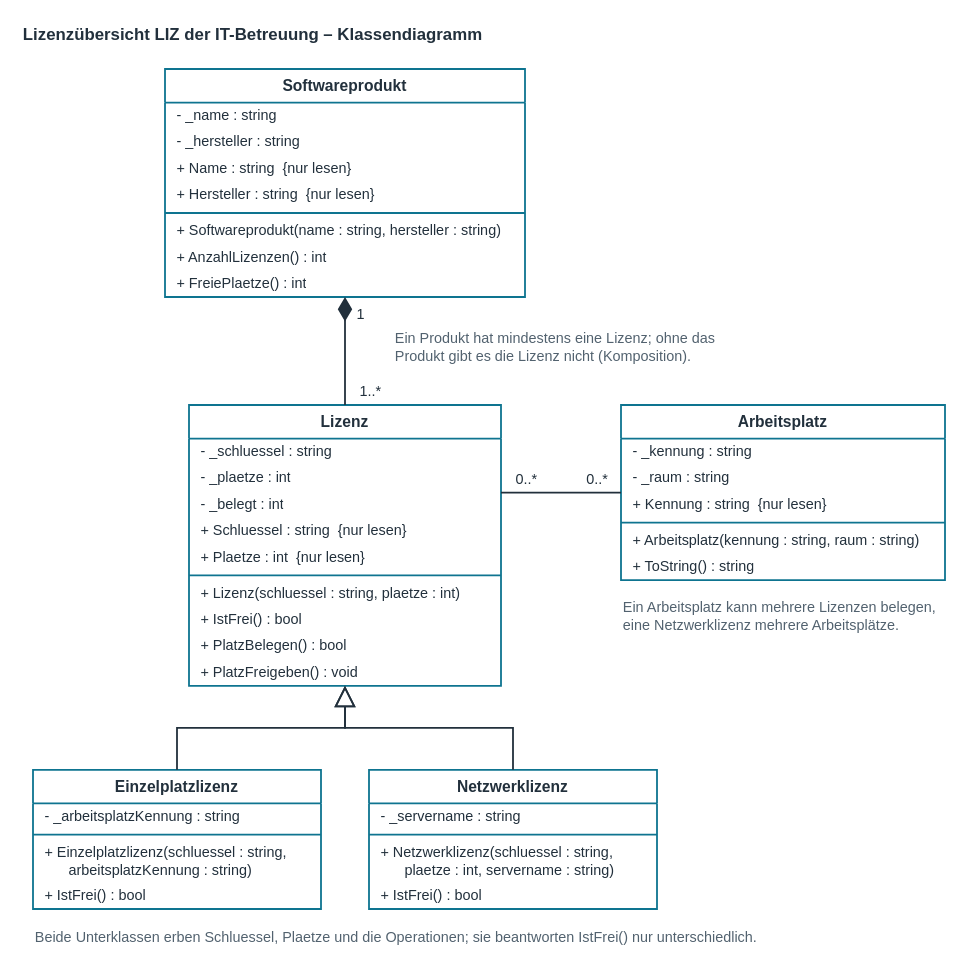
Earlier version of the draw.io diagram methoden/uml/klassendiagramm_lizenzuebersicht.drawio (swop-bs/cheat-sheet). Source tidied: cells renumbered, new cells numbered last; positions are measured from the earlier drawing's top-left corner, leaving out a move shared by most shapes. Both pictures are drawn from the tidied source at 120%, with x=0, y=0 at pixel (20, 20).
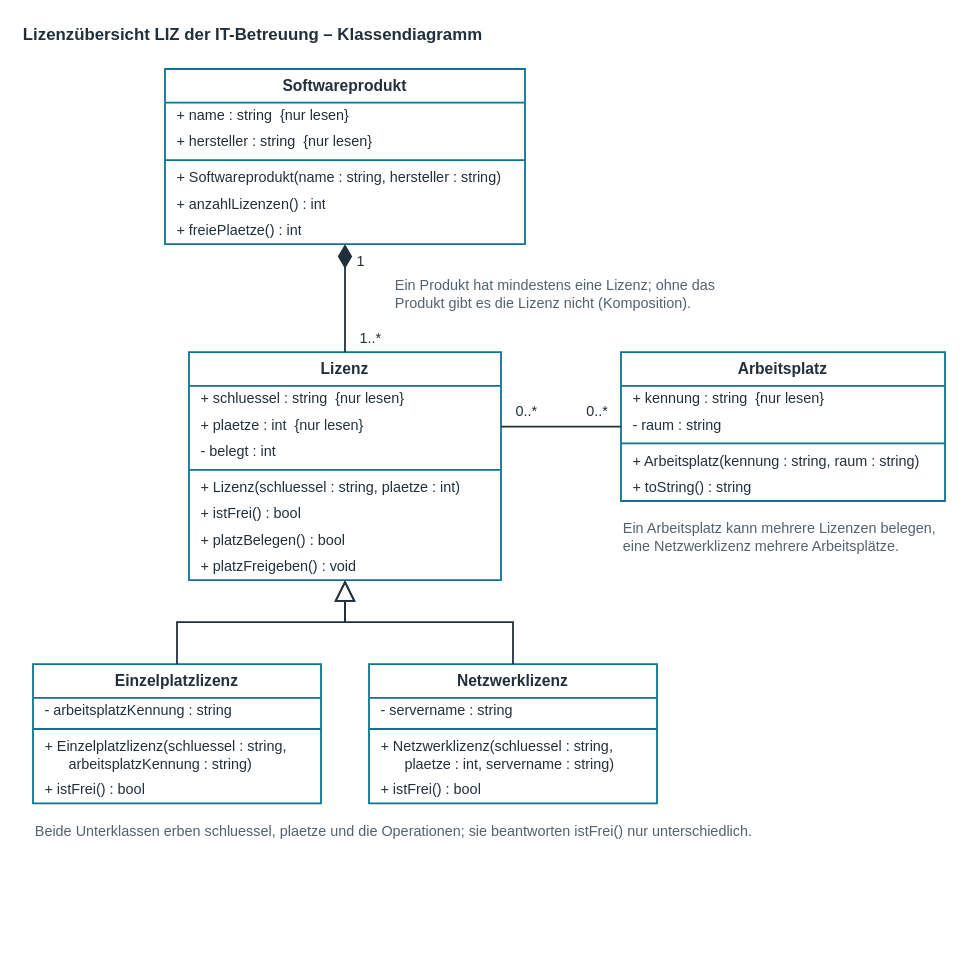
After the change.

Change to the diagram source:
```diff
@@
     <mxCell id="3" value="Softwareprodukt" style="swimlane;fontStyle=1;align=center;verticalAlign=middle;horizontal=1;startSize=28;html=1;whiteSpace=wrap;fillColor=#FFFFFF;swimlaneFillColor=#FFFFFF;strokeColor=#0E7490;strokeWidth=1.5;fontFamily=Helvetica;fontSize=13;fontColor=#22303C;" parent="1" vertex="1">
-      <mxGeometry x="120" y="40" width="300" height="190" as="geometry" />
+      <mxGeometry x="120" y="40" width="300" height="146" as="geometry" />
     </mxCell>
-    <mxCell id="4" value="- _name : string" style="text;strokeColor=none;fillColor=none;align=left;verticalAlign=middle;spacingLeft=8;spacingRight=4;overflow=hidden;whiteSpace=wrap;html=1;fontFamily=Helvetica;fontSize=12;fontColor=#22303C;" parent="3" vertex="1">
-      <mxGeometry y="28" width="300" height="22" as="geometry" />
-    </mxCell>
-    <mxCell id="5" value="- _hersteller : string" style="text;strokeColor=none;fillColor=none;align=left;verticalAlign=middle;spacingLeft=8;spacingRight=4;overflow=hidden;whiteSpace=wrap;html=1;fontFamily=Helvetica;fontSize=12;fontColor=#22303C;" parent="3" vertex="1">
-      <mxGeometry y="50" width="300" height="22" as="geometry" />
-    </mxCell>
-    <mxCell id="6" value="+ Name : string &amp;nbsp;{nur lesen}" style="text;strokeColor=none;fillColor=none;align=left;verticalAlign=middle;spacingLeft=8;spacingRight=4;overflow=hidden;whiteSpace=wrap;html=1;fontFamily=Helvetica;fontSize=12;fontColor=#22303C;" parent="3" vertex="1">
-      <mxGeometry y="72" width="300" height="22" as="geometry" />
+    <mxCell id="6" value="+ name : string &amp;nbsp;{nur lesen}" style="text;strokeColor=none;fillColor=none;align=left;verticalAlign=middle;spacingLeft=8;spacingRight=4;overflow=hidden;whiteSpace=wrap;html=1;fontFamily=Helvetica;fontSize=12;fontColor=#22303C;" parent="3" vertex="1">
+      <mxGeometry y="28" width="300" height="22" as="geometry" />
     </mxCell>
-    <mxCell id="7" value="+ Hersteller : string &amp;nbsp;{nur lesen}" style="text;strokeColor=none;fillColor=none;align=left;verticalAlign=middle;spacingLeft=8;spacingRight=4;overflow=hidden;whiteSpace=wrap;html=1;fontFamily=Helvetica;fontSize=12;fontColor=#22303C;" parent="3" vertex="1">
-      <mxGeometry y="94" width="300" height="22" as="geometry" />
+    <mxCell id="7" value="+ hersteller : string &amp;nbsp;{nur lesen}" style="text;strokeColor=none;fillColor=none;align=left;verticalAlign=middle;spacingLeft=8;spacingRight=4;overflow=hidden;whiteSpace=wrap;html=1;fontFamily=Helvetica;fontSize=12;fontColor=#22303C;" parent="3" vertex="1">
+      <mxGeometry y="50" width="300" height="22" as="geometry" />
     </mxCell>
     <mxCell id="8" style="line;strokeWidth=1.5;fillColor=none;align=left;verticalAlign=middle;spacingTop=-1;spacingLeft=3;spacingRight=3;labelPosition=right;strokeColor=#0E7490;" parent="3" vertex="1">
-      <mxGeometry y="116" width="300" height="8" as="geometry" />
+      <mxGeometry y="72" width="300" height="8" as="geometry" />
     </mxCell>
     <mxCell id="9" value="+ Softwareprodukt(name : string, hersteller : string)" style="text;strokeColor=none;fillColor=none;align=left;verticalAlign=middle;spacingLeft=8;spacingRight=4;overflow=hidden;whiteSpace=wrap;html=1;fontFamily=Helvetica;fontSize=12;fontColor=#22303C;" parent="3" vertex="1">
-      <mxGeometry y="124" width="300" height="22" as="geometry" />
+      <mxGeometry y="80" width="300" height="22" as="geometry" />
     </mxCell>
-    <mxCell id="10" value="+ AnzahlLizenzen() : int" style="text;strokeColor=none;fillColor=none;align=left;verticalAlign=middle;spacingLeft=8;spacingRight=4;overflow=hidden;whiteSpace=wrap;html=1;fontFamily=Helvetica;fontSize=12;fontColor=#22303C;" parent="3" vertex="1">
-      <mxGeometry y="146" width="300" height="22" as="geometry" />
+    <mxCell id="10" value="+ anzahlLizenzen() : int" style="text;strokeColor=none;fillColor=none;align=left;verticalAlign=middle;spacingLeft=8;spacingRight=4;overflow=hidden;whiteSpace=wrap;html=1;fontFamily=Helvetica;fontSize=12;fontColor=#22303C;" parent="3" vertex="1">
+      <mxGeometry y="102" width="300" height="22" as="geometry" />
     </mxCell>
-    <mxCell id="11" value="+ FreiePlaetze() : int" style="text;strokeColor=none;fillColor=none;align=left;verticalAlign=middle;spacingLeft=8;spacingRight=4;overflow=hidden;whiteSpace=wrap;html=1;fontFamily=Helvetica;fontSize=12;fontColor=#22303C;" parent="3" vertex="1">
-      <mxGeometry y="168" width="300" height="22" as="geometry" />
+    <mxCell id="11" value="+ freiePlaetze() : int" style="text;strokeColor=none;fillColor=none;align=left;verticalAlign=middle;spacingLeft=8;spacingRight=4;overflow=hidden;whiteSpace=wrap;html=1;fontFamily=Helvetica;fontSize=12;fontColor=#22303C;" parent="3" vertex="1">
+      <mxGeometry y="124" width="300" height="22" as="geometry" />
     </mxCell>
     <mxCell id="12" value="Lizenz" style="swimlane;fontStyle=1;align=center;verticalAlign=middle;horizontal=1;startSize=28;html=1;whiteSpace=wrap;fillColor=#FFFFFF;swimlaneFillColor=#FFFFFF;strokeColor=#0E7490;strokeWidth=1.5;fontFamily=Helvetica;fontSize=13;fontColor=#22303C;" parent="1" vertex="1">
-      <mxGeometry x="140" y="320" width="260" height="234" as="geometry" />
+      <mxGeometry x="140" y="276" width="260" height="190" as="geometry" />
     </mxCell>
-    <mxCell id="13" value="- _schluessel : string" style="text;strokeColor=none;fillColor=none;align=left;verticalAlign=middle;spacingLeft=8;spacingRight=4;overflow=hidden;whiteSpace=wrap;html=1;fontFamily=Helvetica;fontSize=12;fontColor=#22303C;" parent="12" vertex="1">
-      <mxGeometry y="28" width="260" height="22" as="geometry" />
-    </mxCell>
-    <mxCell id="14" value="- _plaetze : int" style="text;strokeColor=none;fillColor=none;align=left;verticalAlign=middle;spacingLeft=8;spacingRight=4;overflow=hidden;whiteSpace=wrap;html=1;fontFamily=Helvetica;fontSize=12;fontColor=#22303C;" parent="12" vertex="1">
-      <mxGeometry y="50" width="260" height="22" as="geometry" />
-    </mxCell>
-    <mxCell id="15" value="- _belegt : int" style="text;strokeColor=none;fillColor=none;align=left;verticalAlign=middle;spacingLeft=8;spacingRight=4;overflow=hidden;whiteSpace=wrap;html=1;fontFamily=Helvetica;fontSize=12;fontColor=#22303C;" parent="12" vertex="1">
-      <mxGeometry y="72" width="260" height="22" as="geometry" />
-    </mxCell>
-    <mxCell id="16" value="+ Schluessel : string &amp;nbsp;{nur lesen}" style="text;strokeColor=none;fillColor=none;align=left;verticalAlign=middle;spacingLeft=8;spacingRight=4;overflow=hidden;whiteSpace=wrap;html=1;fontFamily=Helvetica;fontSize=12;fontColor=#22303C;" parent="12" vertex="1">
-      <mxGeometry y="94" width="260" height="22" as="geometry" />
+    <mxCell id="16" value="+ schluessel : string &amp;nbsp;{nur lesen}" style="text;strokeColor=none;fillColor=none;align=left;verticalAlign=middle;spacingLeft=8;spacingRight=4;overflow=hidden;whiteSpace=wrap;html=1;fontFamily=Helvetica;fontSize=12;fontColor=#22303C;" parent="12" vertex="1">
+      <mxGeometry y="28" width="260" height="22" as="geometry" />
     </mxCell>
-    <mxCell id="17" value="+ Plaetze : int &amp;nbsp;{nur lesen}" style="text;strokeColor=none;fillColor=none;align=left;verticalAlign=middle;spacingLeft=8;spacingRight=4;overflow=hidden;whiteSpace=wrap;html=1;fontFamily=Helvetica;fontSize=12;fontColor=#22303C;" parent="12" vertex="1">
-      <mxGeometry y="116" width="260" height="22" as="geometry" />
+    <mxCell id="17" value="+ plaetze : int &amp;nbsp;{nur lesen}" style="text;strokeColor=none;fillColor=none;align=left;verticalAlign=middle;spacingLeft=8;spacingRight=4;overflow=hidden;whiteSpace=wrap;html=1;fontFamily=Helvetica;fontSize=12;fontColor=#22303C;" parent="12" vertex="1">
+      <mxGeometry y="50" width="260" height="22" as="geometry" />
     </mxCell>
+    <mxCell id="15" value="- belegt : int" style="text;strokeColor=none;fillColor=none;align=left;verticalAlign=middle;spacingLeft=8;spacingRight=4;overflow=hidden;whiteSpace=wrap;html=1;fontFamily=Helvetica;fontSize=12;fontColor=#22303C;" parent="12" vertex="1">
+      <mxGeometry y="72" width="260" height="22" as="geometry" />
+    </mxCell>
     <mxCell id="18" style="line;strokeWidth=1.5;fillColor=none;align=left;verticalAlign=middle;spacingTop=-1;spacingLeft=3;spacingRight=3;labelPosition=right;strokeColor=#0E7490;" parent="12" vertex="1">
-      <mxGeometry y="138" width="260" height="8" as="geometry" />
+      <mxGeometry y="94" width="260" height="8" as="geometry" />
     </mxCell>
     <mxCell id="19" value="+ Lizenz(schluessel : string, plaetze : int)" style="text;strokeColor=none;fillColor=none;align=left;verticalAlign=middle;spacingLeft=8;spacingRight=4;overflow=hidden;whiteSpace=wrap;html=1;fontFamily=Helvetica;fontSize=12;fontColor=#22303C;" parent="12" vertex="1">
-      <mxGeometry y="146" width="260" height="22" as="geometry" />
+      <mxGeometry y="102" width="260" height="22" as="geometry" />
     </mxCell>
-    <mxCell id="20" value="+ IstFrei() : bool" style="text;strokeColor=none;fillColor=none;align=left;verticalAlign=middle;spacingLeft=8;spacingRight=4;overflow=hidden;whiteSpace=wrap;html=1;fontFamily=Helvetica;fontSize=12;fontColor=#22303C;" parent="12" vertex="1">
-      <mxGeometry y="168" width="260" height="22" as="geometry" />
+    <mxCell id="20" value="+ istFrei() : bool" style="text;strokeColor=none;fillColor=none;align=left;verticalAlign=middle;spacingLeft=8;spacingRight=4;overflow=hidden;whiteSpace=wrap;html=1;fontFamily=Helvetica;fontSize=12;fontColor=#22303C;" parent="12" vertex="1">
+      <mxGeometry y="124" width="260" height="22" as="geometry" />
     </mxCell>
-    <mxCell id="21" value="+ PlatzBelegen() : bool" style="text;strokeColor=none;fillColor=none;align=left;verticalAlign=middle;spacingLeft=8;spacingRight=4;overflow=hidden;whiteSpace=wrap;html=1;fontFamily=Helvetica;fontSize=12;fontColor=#22303C;" parent="12" vertex="1">
-      <mxGeometry y="190" width="260" height="22" as="geometry" />
+    <mxCell id="21" value="+ platzBelegen() : bool" style="text;strokeColor=none;fillColor=none;align=left;verticalAlign=middle;spacingLeft=8;spacingRight=4;overflow=hidden;whiteSpace=wrap;html=1;fontFamily=Helvetica;fontSize=12;fontColor=#22303C;" parent="12" vertex="1">
+      <mxGeometry y="146" width="260" height="22" as="geometry" />
     </mxCell>
-    <mxCell id="22" value="+ PlatzFreigeben() : void" style="text;strokeColor=none;fillColor=none;align=left;verticalAlign=middle;spacingLeft=8;spacingRight=4;overflow=hidden;whiteSpace=wrap;html=1;fontFamily=Helvetica;fontSize=12;fontColor=#22303C;" parent="12" vertex="1">
-      <mxGeometry y="212" width="260" height="22" as="geometry" />
+    <mxCell id="22" value="+ platzFreigeben() : void" style="text;strokeColor=none;fillColor=none;align=left;verticalAlign=middle;spacingLeft=8;spacingRight=4;overflow=hidden;whiteSpace=wrap;html=1;fontFamily=Helvetica;fontSize=12;fontColor=#22303C;" parent="12" vertex="1">
+      <mxGeometry y="168" width="260" height="22" as="geometry" />
     </mxCell>
     <mxCell id="23" value="Arbeitsplatz" style="swimlane;fontStyle=1;align=center;verticalAlign=middle;horizontal=1;startSize=28;html=1;whiteSpace=wrap;fillColor=#FFFFFF;swimlaneFillColor=#FFFFFF;strokeColor=#0E7490;strokeWidth=1.5;fontFamily=Helvetica;fontSize=13;fontColor=#22303C;" parent="1" vertex="1">
-      <mxGeometry x="500" y="320" width="270" height="146" as="geometry" />
+      <mxGeometry x="500" y="276" width="270" height="124" as="geometry" />
     </mxCell>
-    <mxCell id="24" value="- _kennung : string" style="text;strokeColor=none;fillColor=none;align=left;verticalAlign=middle;spacingLeft=8;spacingRight=4;overflow=hidden;whiteSpace=wrap;html=1;fontFamily=Helvetica;fontSize=12;fontColor=#22303C;" parent="23" vertex="1">
-      <mxGeometry y="28" width="270" height="22" as="geometry" />
-    </mxCell>
+    <mxCell id="26" value="+ kennung : string &amp;nbsp;{nur lesen}" style="text;strokeColor=none;fillColor=none;align=left;verticalAlign=middle;spacingLeft=8;spacingRight=4;overflow=hidden;whiteSpace=wrap;html=1;fontFamily=Helvetica;fontSize=12;fontColor=#22303C;" parent="23" vertex="1">
+      <mxGeometry y="28" width="270" height="22" as="geometry" />
+    </mxCell>
-    <mxCell id="25" value="- _raum : string" style="text;strokeColor=none;fillColor=none;align=left;verticalAlign=middle;spacingLeft=8;spacingRight=4;overflow=hidden;whiteSpace=wrap;html=1;fontFamily=Helvetica;fontSize=12;fontColor=#22303C;" parent="23" vertex="1">
+    <mxCell id="25" value="- raum : string" style="text;strokeColor=none;fillColor=none;align=left;verticalAlign=middle;spacingLeft=8;spacingRight=4;overflow=hidden;whiteSpace=wrap;html=1;fontFamily=Helvetica;fontSize=12;fontColor=#22303C;" parent="23" vertex="1">
       <mxGeometry y="50" width="270" height="22" as="geometry" />
     </mxCell>
-    <mxCell id="26" value="+ Kennung : string &amp;nbsp;{nur lesen}" style="text;strokeColor=none;fillColor=none;align=left;verticalAlign=middle;spacingLeft=8;spacingRight=4;overflow=hidden;whiteSpace=wrap;html=1;fontFamily=Helvetica;fontSize=12;fontColor=#22303C;" parent="23" vertex="1">
-      <mxGeometry y="72" width="270" height="22" as="geometry" />
-    </mxCell>
     <mxCell id="27" style="line;strokeWidth=1.5;fillColor=none;align=left;verticalAlign=middle;spacingTop=-1;spacingLeft=3;spacingRight=3;labelPosition=right;strokeColor=#0E7490;" parent="23" vertex="1">
-      <mxGeometry y="94" width="270" height="8" as="geometry" />
+      <mxGeometry y="72" width="270" height="8" as="geometry" />
     </mxCell>
     <mxCell id="28" value="+ Arbeitsplatz(kennung : string, raum : string)" style="text;strokeColor=none;fillColor=none;align=left;verticalAlign=middle;spacingLeft=8;spacingRight=4;overflow=hidden;whiteSpace=wrap;html=1;fontFamily=Helvetica;fontSize=12;fontColor=#22303C;" parent="23" vertex="1">
-      <mxGeometry y="102" width="270" height="22" as="geometry" />
+      <mxGeometry y="80" width="270" height="22" as="geometry" />
     </mxCell>
-    <mxCell id="29" value="+ ToString() : string" style="text;strokeColor=none;fillColor=none;align=left;verticalAlign=middle;spacingLeft=8;spacingRight=4;overflow=hidden;whiteSpace=wrap;html=1;fontFamily=Helvetica;fontSize=12;fontColor=#22303C;" parent="23" vertex="1">
-      <mxGeometry y="124" width="270" height="22" as="geometry" />
+    <mxCell id="29" value="+ toString() : string" style="text;strokeColor=none;fillColor=none;align=left;verticalAlign=middle;spacingLeft=8;spacingRight=4;overflow=hidden;whiteSpace=wrap;html=1;fontFamily=Helvetica;fontSize=12;fontColor=#22303C;" parent="23" vertex="1">
+      <mxGeometry y="102" width="270" height="22" as="geometry" />
     </mxCell>
     <mxCell id="30" value="Einzelplatzlizenz" style="swimlane;fontStyle=1;align=center;verticalAlign=middle;horizontal=1;startSize=28;html=1;whiteSpace=wrap;fillColor=#FFFFFF;swimlaneFillColor=#FFFFFF;strokeColor=#0E7490;strokeWidth=1.5;fontFamily=Helvetica;fontSize=13;fontColor=#22303C;" parent="1" vertex="1">
-      <mxGeometry x="10" y="624" width="240" height="116" as="geometry" />
+      <mxGeometry x="10" y="536" width="240" height="116" as="geometry" />
     </mxCell>
-    <mxCell id="31" value="- _arbeitsplatzKennung : string" style="text;strokeColor=none;fillColor=none;align=left;verticalAlign=middle;spacingLeft=8;spacingRight=4;overflow=hidden;whiteSpace=wrap;html=1;fontFamily=Helvetica;fontSize=12;fontColor=#22303C;" parent="30" vertex="1">
+    <mxCell id="31" value="- arbeitsplatzKennung : string" style="text;strokeColor=none;fillColor=none;align=left;verticalAlign=middle;spacingLeft=8;spacingRight=4;overflow=hidden;whiteSpace=wrap;html=1;fontFamily=Helvetica;fontSize=12;fontColor=#22303C;" parent="30" vertex="1">
       <mxGeometry y="28" width="240" height="22" as="geometry" />
     </mxCell>
@@
-    <mxCell id="34" value="+ IstFrei() : bool" style="text;strokeColor=none;fillColor=none;align=left;verticalAlign=middle;spacingLeft=8;spacingRight=4;overflow=hidden;whiteSpace=wrap;html=1;fontFamily=Helvetica;fontSize=12;fontColor=#22303C;" parent="30" vertex="1">
+    <mxCell id="34" value="+ istFrei() : bool" style="text;strokeColor=none;fillColor=none;align=left;verticalAlign=middle;spacingLeft=8;spacingRight=4;overflow=hidden;whiteSpace=wrap;html=1;fontFamily=Helvetica;fontSize=12;fontColor=#22303C;" parent="30" vertex="1">
       <mxGeometry y="94" width="240" height="22" as="geometry" />
     </mxCell>
     <mxCell id="35" value="Netzwerklizenz" style="swimlane;fontStyle=1;align=center;verticalAlign=middle;horizontal=1;startSize=28;html=1;whiteSpace=wrap;fillColor=#FFFFFF;swimlaneFillColor=#FFFFFF;strokeColor=#0E7490;strokeWidth=1.5;fontFamily=Helvetica;fontSize=13;fontColor=#22303C;" parent="1" vertex="1">
-      <mxGeometry x="290" y="624" width="240" height="116" as="geometry" />
+      <mxGeometry x="290" y="536" width="240" height="116" as="geometry" />
     </mxCell>
-    <mxCell id="36" value="- _servername : string" style="text;strokeColor=none;fillColor=none;align=left;verticalAlign=middle;spacingLeft=8;spacingRight=4;overflow=hidden;whiteSpace=wrap;html=1;fontFamily=Helvetica;fontSize=12;fontColor=#22303C;" parent="35" vertex="1">
+    <mxCell id="36" value="- servername : string" style="text;strokeColor=none;fillColor=none;align=left;verticalAlign=middle;spacingLeft=8;spacingRight=4;overflow=hidden;whiteSpace=wrap;html=1;fontFamily=Helvetica;fontSize=12;fontColor=#22303C;" parent="35" vertex="1">
       <mxGeometry y="28" width="240" height="22" as="geometry" />
     </mxCell>
@@
-    <mxCell id="39" value="+ IstFrei() : bool" style="text;strokeColor=none;fillColor=none;align=left;verticalAlign=middle;spacingLeft=8;spacingRight=4;overflow=hidden;whiteSpace=wrap;html=1;fontFamily=Helvetica;fontSize=12;fontColor=#22303C;" parent="35" vertex="1">
+    <mxCell id="39" value="+ istFrei() : bool" style="text;strokeColor=none;fillColor=none;align=left;verticalAlign=middle;spacingLeft=8;spacingRight=4;overflow=hidden;whiteSpace=wrap;html=1;fontFamily=Helvetica;fontSize=12;fontColor=#22303C;" parent="35" vertex="1">
       <mxGeometry y="94" width="240" height="22" as="geometry" />
     </mxCell>
@@
-    <mxCell id="43" style="edgeStyle=orthogonalEdgeStyle;rounded=0;html=1;strokeColor=#22303C;strokeWidth=1.5;fontFamily=Helvetica;fontSize=12;fontColor=#22303C;labelBackgroundColor=none;endArrow=none;startArrow=none;exitX=1;exitY=0.312;exitDx=0;exitDy=0;entryX=0;entryY=0.5;entryDx=0;entryDy=0;" parent="1" edge="1" source="12" target="23">
+    <mxCell id="43" style="edgeStyle=orthogonalEdgeStyle;rounded=0;html=1;strokeColor=#22303C;strokeWidth=1.5;fontFamily=Helvetica;fontSize=12;fontColor=#22303C;labelBackgroundColor=none;endArrow=none;startArrow=none;exitX=1;exitY=0.3263;exitDx=0;exitDy=0;entryX=0;entryY=0.5;entryDx=0;entryDy=0;" parent="1" edge="1" source="12" target="23">
       <mxGeometry relative="1" as="geometry" />
     </mxCell>
@@
     <mxCell id="46" style="edgeStyle=orthogonalEdgeStyle;rounded=0;html=1;strokeColor=#22303C;strokeWidth=1.5;fontFamily=Helvetica;fontSize=12;fontColor=#22303C;labelBackgroundColor=none;endArrow=block;endFill=0;endSize=14;exitX=0.5;exitY=0;exitDx=0;exitDy=0;entryX=0.5;entryY=1;entryDx=0;entryDy=0;" parent="1" edge="1" source="30" target="12">
       <mxGeometry relative="1" as="geometry">
         <Array as="points">
-          <mxPoint x="130" y="589" />
-          <mxPoint x="270" y="589" />
+          <mxPoint x="130" y="501" />
+          <mxPoint x="270" y="501" />
         </Array>
       </mxGeometry>
     </mxCell>
     <mxCell id="47" style="edgeStyle=orthogonalEdgeStyle;rounded=0;html=1;strokeColor=#22303C;strokeWidth=1.5;fontFamily=Helvetica;fontSize=12;fontColor=#22303C;labelBackgroundColor=none;endArrow=block;endFill=0;endSize=14;exitX=0.5;exitY=0;exitDx=0;exitDy=0;entryX=0.5;entryY=1;entryDx=0;entryDy=0;" parent="1" edge="1" source="35" target="12">
       <mxGeometry relative="1" as="geometry">
         <Array as="points">
-          <mxPoint x="410" y="589" />
-          <mxPoint x="270" y="589" />
+          <mxPoint x="410" y="501" />
+          <mxPoint x="270" y="501" />
         </Array>
       </mxGeometry>
     </mxCell>
     <mxCell id="48" value="Ein Produkt hat mindestens eine Lizenz; ohne das Produkt gibt es die Lizenz nicht (Komposition)." style="text;html=1;align=left;verticalAlign=middle;whiteSpace=wrap;strokeColor=none;fillColor=none;fontFamily=Helvetica;fontSize=12;fontColor=#52626F;" parent="1" vertex="1">
-      <mxGeometry x="310" y="252" width="300" height="40" as="geometry" />
+      <mxGeometry x="310" y="208" width="300" height="40" as="geometry" />
     </mxCell>
     <mxCell id="49" value="Ein Arbeitsplatz kann mehrere Lizenzen belegen, eine Netzwerklizenz mehrere Arbeitsplätze." style="text;html=1;align=left;verticalAlign=middle;whiteSpace=wrap;strokeColor=none;fillColor=none;fontFamily=Helvetica;fontSize=12;fontColor=#52626F;" parent="1" vertex="1">
-      <mxGeometry x="500" y="476" width="270" height="40" as="geometry" />
+      <mxGeometry x="500" y="410" width="270" height="40" as="geometry" />
     </mxCell>
-    <mxCell id="50" value="Beide Unterklassen erben Schluessel, Plaetze und die Operationen; sie beantworten IstFrei() nur unterschiedlich." style="text;html=1;align=left;verticalAlign=middle;whiteSpace=wrap;strokeColor=none;fillColor=none;fontFamily=Helvetica;fontSize=12;fontColor=#52626F;" parent="1" vertex="1">
-      <mxGeometry x="10" y="754" width="760" height="20" as="geometry" />
+    <mxCell id="50" value="Beide Unterklassen erben schluessel, plaetze und die Operationen; sie beantworten istFrei() nur unterschiedlich." style="text;html=1;align=left;verticalAlign=middle;whiteSpace=wrap;strokeColor=none;fillColor=none;fontFamily=Helvetica;fontSize=12;fontColor=#52626F;" parent="1" vertex="1">
+      <mxGeometry x="10" y="666" width="760" height="20" as="geometry" />
     </mxCell>
```
